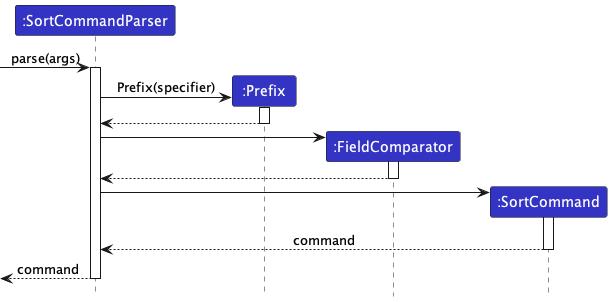
nus-cs2103-AY2324S1/tp keeps this PlantUML diagram as docs/images/SortCommandParserSequenceDiagram.png. Above is the earlier version.
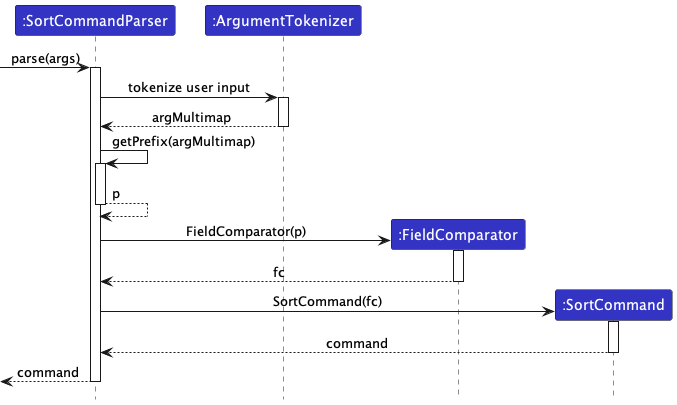
Above is the later version.

Change to the diagram source:
```diff
@@ -3,19 +3,20 @@
 skinparam ArrowFontStyle plain
 
 Participant ":SortCommandParser" as scp LOGIC_COLOR
-Participant ":Prefix" as p LOGIC_COLOR
+Participant ":ArgumentTokenizer" as at LOGIC_COLOR
 Participant ":FieldComparator" as fc LOGIC_COLOR
 Participant ":SortCommand" as sc LOGIC_COLOR
 
 [-> scp ++: parse(args)
-create p
-scp -> p ++: Prefix(specifier)
-p --> scp --
+scp -> at ++: tokenize user input
+at --> scp --: argMultimap
+scp -> scp ++: getPrefix(argMultimap)
+scp --> scp --: p
 create fc
-scp -> fc ++
-fc --> scp --
+scp -> fc ++: FieldComparator(p)
+fc --> scp --: fc
 create sc
-scp -> sc ++
+scp -> sc ++: SortCommand(fc)
 sc --> scp --: command
 scp -->[ --: command
 @enduml
```
